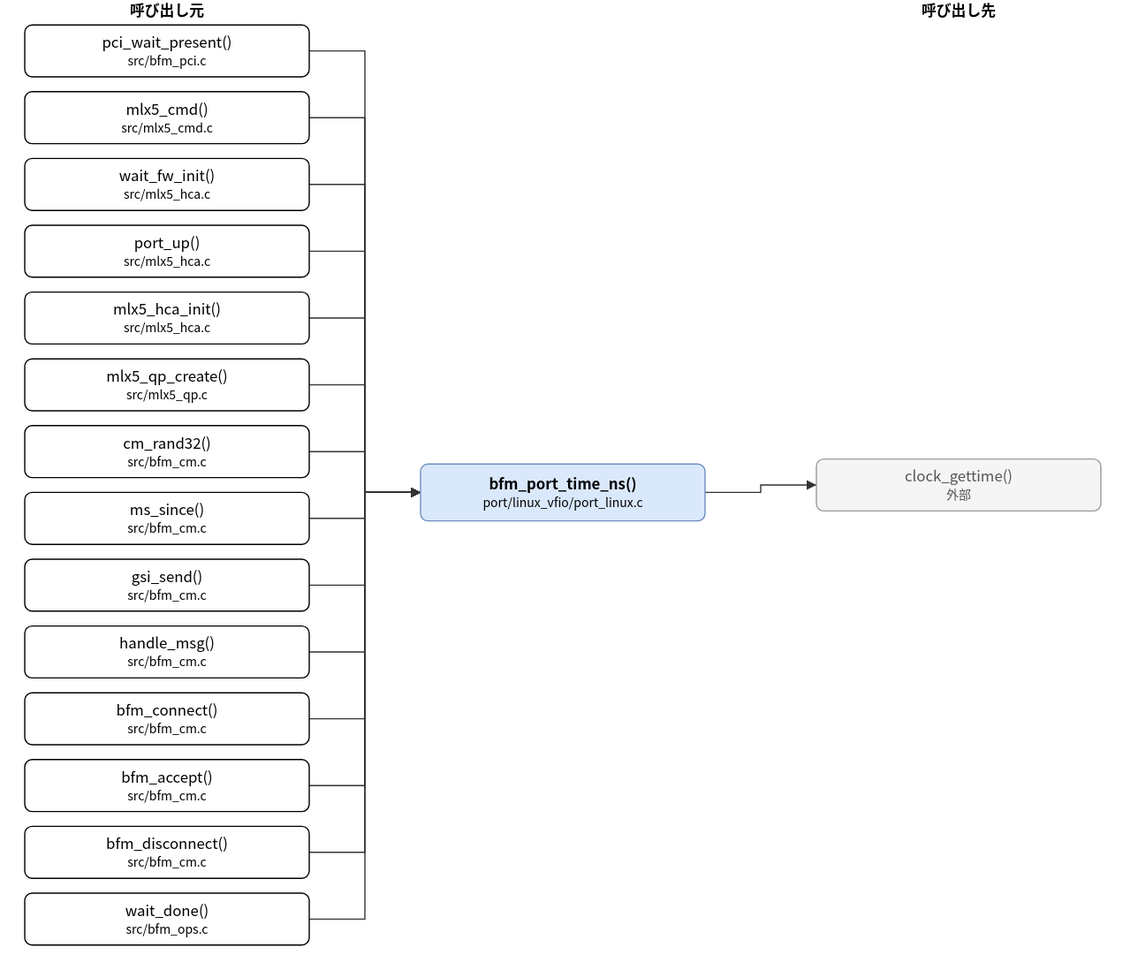
The draw.io diagram doc/spec/images/call_port_linux_vfio_port_linux-bfm_port_time_ns.drawio.svg in hf355051012-ai/bfmem, before a commit. Source tidied: cells renumbered, new cells last; positions are measured from the earlier drawing's top-left corner, leaving out a move shared by most shapes.
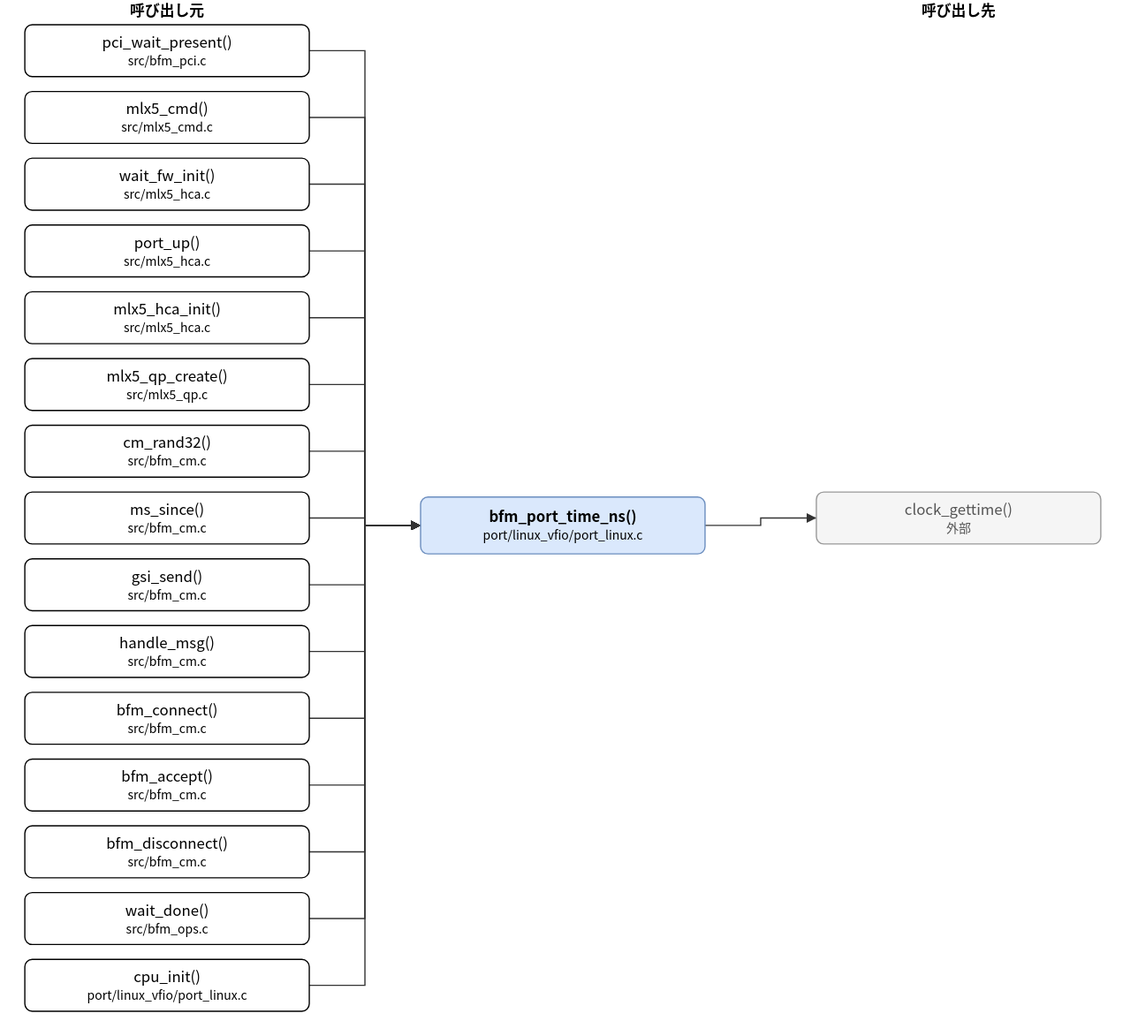
After the change.

What changed in the source:
```diff
@@ -3,7 +3,7 @@
     <mxCell id="0" />
     <mxCell id="1" parent="0" />
     <mxCell id="2" value="bfm_port_time_ns()&lt;br&gt;&lt;font style=&quot;font-size:10px&quot;&gt;port/linux_vfio/port_linux.c&lt;/font&gt;" style="rounded=1;whiteSpace=wrap;html=1;fillColor=#dae8fc;strokeColor=#6c8ebf;fontStyle=1;" parent="1" vertex="1">
-      <mxGeometry x="320" y="375" width="230" height="46" as="geometry" />
+      <mxGeometry x="320" y="402" width="230" height="46" as="geometry" />
     </mxCell>
     <mxCell id="3" value="pci_wait_present()&lt;br&gt;&lt;font style=&quot;font-size:10px&quot;&gt;src/bfm_pci.c&lt;/font&gt;" style="rounded=1;whiteSpace=wrap;html=1;" parent="1" vertex="1">
       <mxGeometry y="20" width="230" height="42" as="geometry" />
@@ -47,14 +47,17 @@
     <mxCell id="16" value="wait_done()&lt;br&gt;&lt;font style=&quot;font-size:10px&quot;&gt;src/bfm_ops.c&lt;/font&gt;" style="rounded=1;whiteSpace=wrap;html=1;" parent="1" vertex="1">
       <mxGeometry y="722" width="230" height="42" as="geometry" />
     </mxCell>
+    <mxCell id="35" value="cpu_init()&lt;br&gt;&lt;font style=&quot;font-size:10px&quot;&gt;port/linux_vfio/port_linux.c&lt;/font&gt;" style="rounded=1;whiteSpace=wrap;html=1;" parent="1" vertex="1">
+      <mxGeometry y="776" width="230" height="42" as="geometry" />
+    </mxCell>
     <mxCell id="17" value="clock_gettime()&lt;br&gt;&lt;font style=&quot;font-size:10px&quot;&gt;外部&lt;/font&gt;" style="rounded=1;whiteSpace=wrap;html=1;fillColor=#f5f5f5;strokeColor=#999999;fontColor=#555555;" parent="1" vertex="1">
-      <mxGeometry x="640" y="371" width="230" height="42" as="geometry" />
+      <mxGeometry x="640" y="398" width="230" height="42" as="geometry" />
     </mxCell>
     <mxCell id="18" style="edgeStyle=none;html=1;rounded=0;endArrow=block;endFill=1;exitX=1.0000;exitY=0.5000;exitDx=0;exitDy=0;exitPerimeter=0;entryX=0.0000;entryY=0.5000;entryDx=0;entryDy=0;entryPerimeter=0;" parent="1" edge="1" source="3" target="2">
       <mxGeometry relative="1" as="geometry">
         <Array as="points">
           <mxPoint x="275" y="41" />
-          <mxPoint x="275" y="398" />
+          <mxPoint x="275" y="425" />
         </Array>
       </mxGeometry>
     </mxCell>
@@ -62,7 +65,7 @@
       <mxGeometry relative="1" as="geometry">
         <Array as="points">
           <mxPoint x="275" y="95" />
-          <mxPoint x="275" y="398" />
+          <mxPoint x="275" y="425" />
         </Array>
       </mxGeometry>
     </mxCell>
@@ -70,7 +73,7 @@
       <mxGeometry relative="1" as="geometry">
         <Array as="points">
           <mxPoint x="275" y="149" />
-          <mxPoint x="275" y="398" />
+          <mxPoint x="275" y="425" />
         </Array>
       </mxGeometry>
     </mxCell>
@@ -78,7 +81,7 @@
       <mxGeometry relative="1" as="geometry">
         <Array as="points">
           <mxPoint x="275" y="203" />
-          <mxPoint x="275" y="398" />
+          <mxPoint x="275" y="425" />
         </Array>
       </mxGeometry>
     </mxCell>
@@ -86,7 +89,7 @@
       <mxGeometry relative="1" as="geometry">
         <Array as="points">
           <mxPoint x="275" y="257" />
-          <mxPoint x="275" y="398" />
+          <mxPoint x="275" y="425" />
         </Array>
       </mxGeometry>
     </mxCell>
@@ -94,7 +97,7 @@
       <mxGeometry relative="1" as="geometry">
         <Array as="points">
           <mxPoint x="275" y="311" />
-          <mxPoint x="275" y="398" />
+          <mxPoint x="275" y="425" />
         </Array>
       </mxGeometry>
     </mxCell>
@@ -102,7 +105,7 @@
       <mxGeometry relative="1" as="geometry">
         <Array as="points">
           <mxPoint x="275" y="365" />
-          <mxPoint x="275" y="398" />
+          <mxPoint x="275" y="425" />
         </Array>
       </mxGeometry>
     </mxCell>
@@ -110,7 +113,7 @@
       <mxGeometry relative="1" as="geometry">
         <Array as="points">
           <mxPoint x="275" y="419" />
-          <mxPoint x="275" y="398" />
+          <mxPoint x="275" y="425" />
         </Array>
       </mxGeometry>
     </mxCell>
@@ -118,7 +121,7 @@
       <mxGeometry relative="1" as="geometry">
         <Array as="points">
           <mxPoint x="275" y="473" />
-          <mxPoint x="275" y="398" />
+          <mxPoint x="275" y="425" />
         </Array>
       </mxGeometry>
     </mxCell>
@@ -126,7 +129,7 @@
       <mxGeometry relative="1" as="geometry">
         <Array as="points">
           <mxPoint x="275" y="527" />
-          <mxPoint x="275" y="398" />
+          <mxPoint x="275" y="425" />
         </Array>
       </mxGeometry>
     </mxCell>
@@ -134,7 +137,7 @@
       <mxGeometry relative="1" as="geometry">
         <Array as="points">
           <mxPoint x="275" y="581" />
-          <mxPoint x="275" y="398" />
+          <mxPoint x="275" y="425" />
         </Array>
       </mxGeometry>
     </mxCell>
@@ -142,7 +145,7 @@
       <mxGeometry relative="1" as="geometry">
         <Array as="points">
           <mxPoint x="275" y="635" />
-          <mxPoint x="275" y="398" />
+          <mxPoint x="275" y="425" />
         </Array>
       </mxGeometry>
     </mxCell>
@@ -150,7 +153,7 @@
       <mxGeometry relative="1" as="geometry">
         <Array as="points">
           <mxPoint x="275" y="689" />
-          <mxPoint x="275" y="398" />
+          <mxPoint x="275" y="425" />
         </Array>
       </mxGeometry>
     </mxCell>
@@ -158,18 +161,26 @@
       <mxGeometry relative="1" as="geometry">
         <Array as="points">
           <mxPoint x="275" y="743" />
-          <mxPoint x="275" y="398" />
+          <mxPoint x="275" y="425" />
         </Array>
       </mxGeometry>
     </mxCell>
-    <mxCell id="32" style="edgeStyle=none;html=1;rounded=0;endArrow=block;endFill=1;exitX=1.0000;exitY=0.5000;exitDx=0;exitDy=0;exitPerimeter=0;entryX=0.0000;entryY=0.5000;entryDx=0;entryDy=0;entryPerimeter=0;" parent="1" edge="1" source="2" target="17">
+    <mxCell id="32" style="edgeStyle=none;html=1;rounded=0;endArrow=block;endFill=1;exitX=1.0000;exitY=0.5000;exitDx=0;exitDy=0;exitPerimeter=0;entryX=0.0000;entryY=0.5000;entryDx=0;entryDy=0;entryPerimeter=0;" parent="1" edge="1" source="35" target="2">
       <mxGeometry relative="1" as="geometry">
         <Array as="points">
-          <mxPoint x="595" y="398" />
-          <mxPoint x="595" y="392" />
+          <mxPoint x="275" y="797" />
+          <mxPoint x="275" y="425" />
         </Array>
       </mxGeometry>
     </mxCell>
+    <mxCell id="36" style="edgeStyle=none;html=1;rounded=0;endArrow=block;endFill=1;exitX=1.0000;exitY=0.5000;exitDx=0;exitDy=0;exitPerimeter=0;entryX=0.0000;entryY=0.5000;entryDx=0;entryDy=0;entryPerimeter=0;" parent="1" edge="1" source="2" target="17">
+      <mxGeometry relative="1" as="geometry">
+        <Array as="points">
+          <mxPoint x="595" y="425" />
+          <mxPoint x="595" y="419" />
+        </Array>
+      </mxGeometry>
+    </mxCell>
     <mxCell id="33" value="呼び出し元" style="text;html=1;align=center;fontStyle=1;" parent="1" vertex="1">
       <mxGeometry x="35" width="160" height="18" as="geometry" />
     </mxCell>
```
